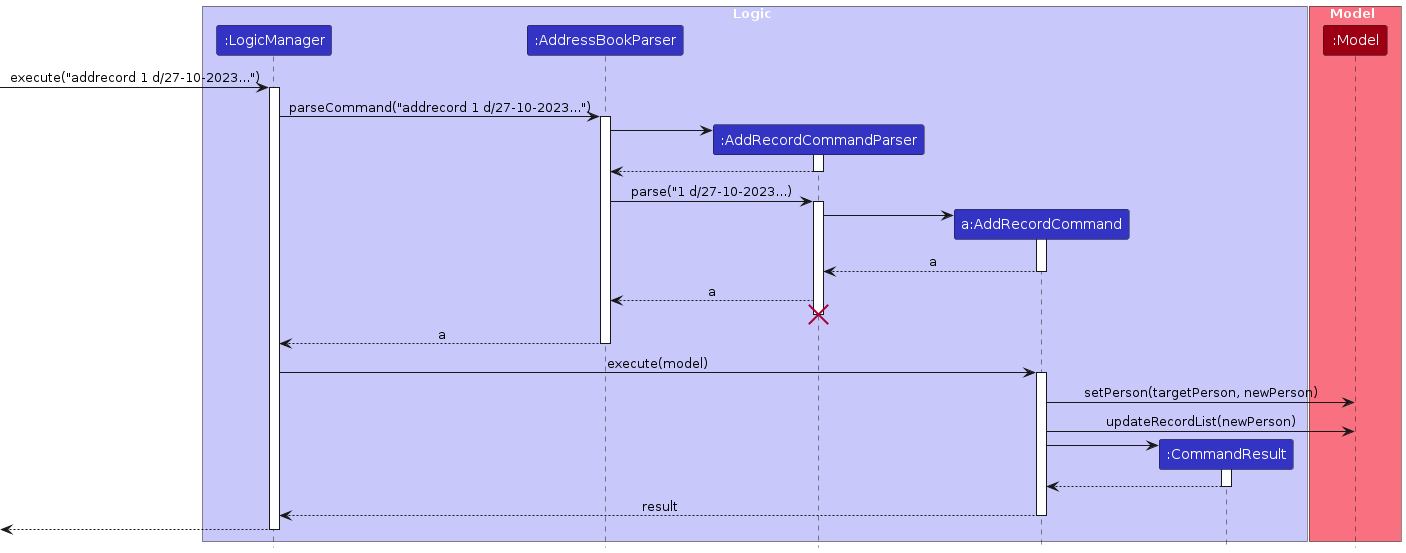
Earlier version of the PlantUML export diagrams/AddRecordSequenceDiagram.png (ryanongwx/tp). Its source is kept beside it as diagrams/AddRecordSequenceDiagram.puml.
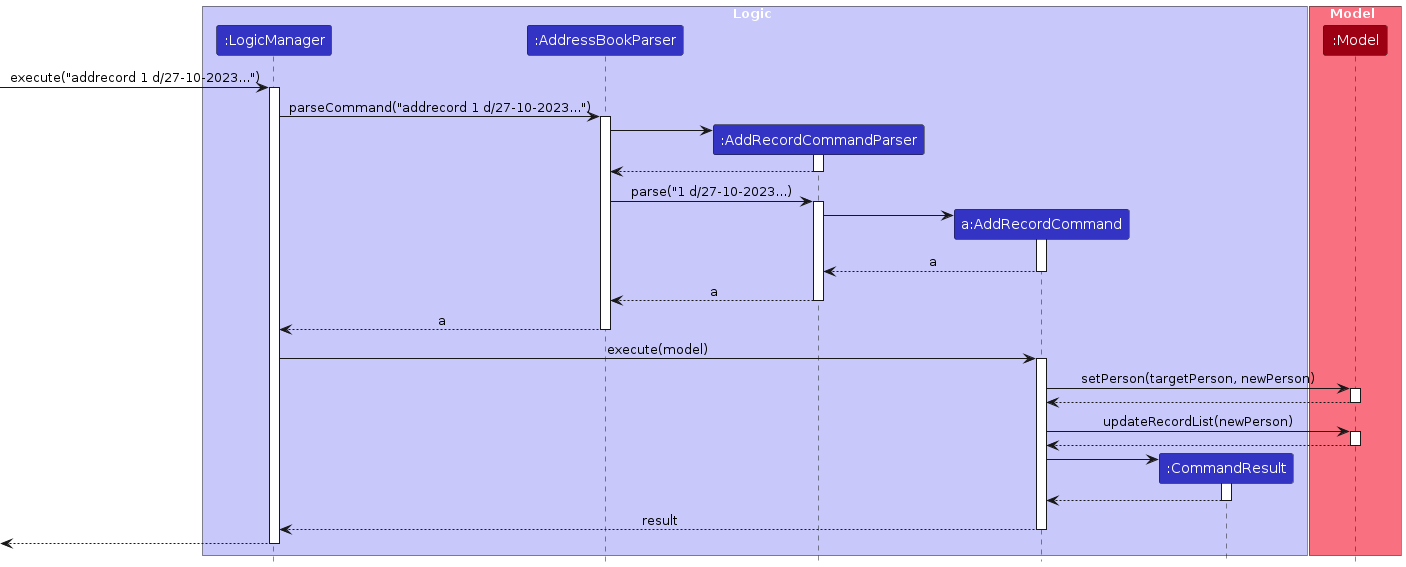
After the change.

Change to the diagram source:
```diff
@@ -38,9 +38,7 @@
 deactivate AddRecordCommand
 
 AddRecordCommandParser --> AddressBookParser : a
-deactivate AddRecordCommand
-AddRecordCommandParser -[hidden]-> AddressBookParser
-destroy AddRecordCommandParser
+deactivate AddRecordCommandParser
 
 AddressBookParser --> LogicManager : a
 deactivate AddressBookParser
@@ -49,7 +47,16 @@
 activate AddRecordCommand
 
 AddRecordCommand -> Model : setPerson(targetPerson, newPerson)
+activate Model
+
+Model --> AddRecordCommand
+deactivate Model
+
 AddRecordCommand -> Model : updateRecordList(newPerson)
+activate Model
+
+Model --> AddRecordCommand
+deactivate Model
 
 create CommandResult
 AddRecordCommand -> CommandResult
```
